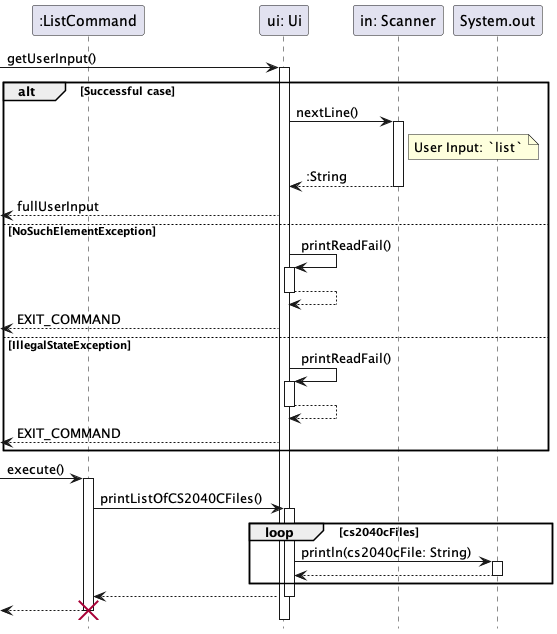
Above: docs/sequence-diagrams/diagrams/Ui.png in ong-ck/tp (PlantUML), before the change.
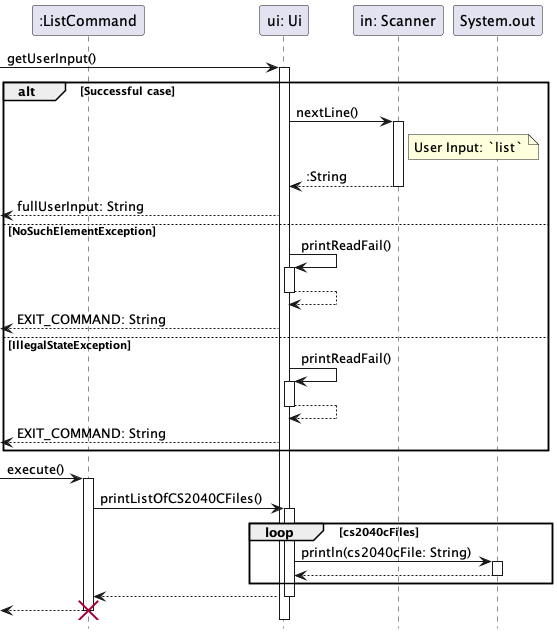
Above is the later version.

Commit message:
Add type to sequence diagram

Change to the diagram source:
```diff
@@ -13,17 +13,17 @@
     activate Scanner
     note right of Scanner : User Input: `list`
     return :String
-    <-- Ui : fullUserInput
+    <-- Ui : fullUserInput: String
 else NoSuchElementException
     Ui -> Ui : printReadFail()
     activate Ui
     return
-    <-- Ui : EXIT_COMMAND
+    <-- Ui : EXIT_COMMAND: String
 else IllegalStateException
     Ui -> Ui : printReadFail()
     activate Ui
     return
-    <-- Ui : EXIT_COMMAND
+    <-- Ui : EXIT_COMMAND: String
 end
 
 -> ListCommand: execute()
```
